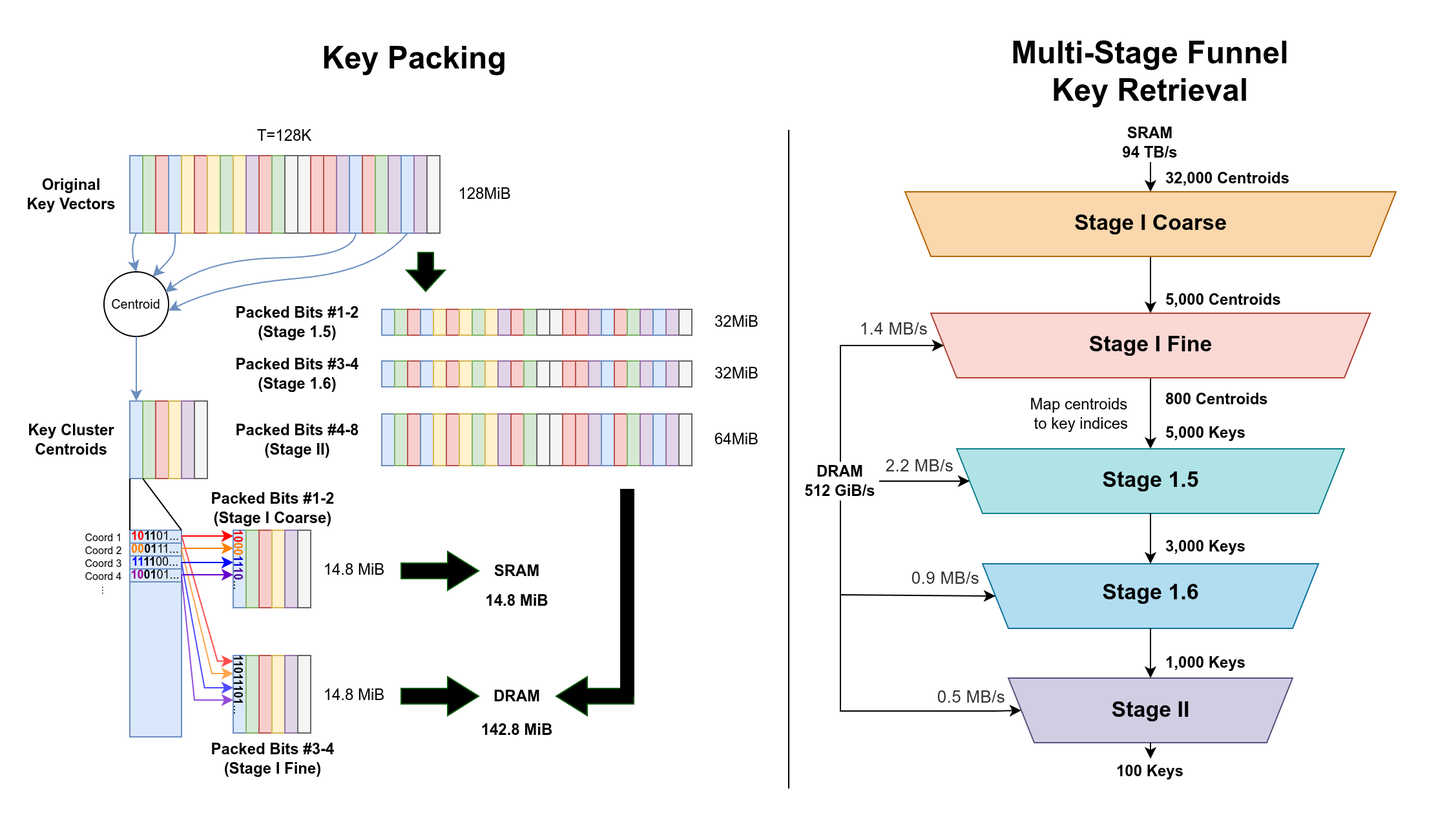
This is img/seoulkv4_concept.png from daniel-geon-park/SeoulKV, a draw.io export, as it was before one commit. Source tidied: cells renumbered, new cells last; positions are measured from the earlier drawing's top-left corner, leaving out a move shared by most shapes.
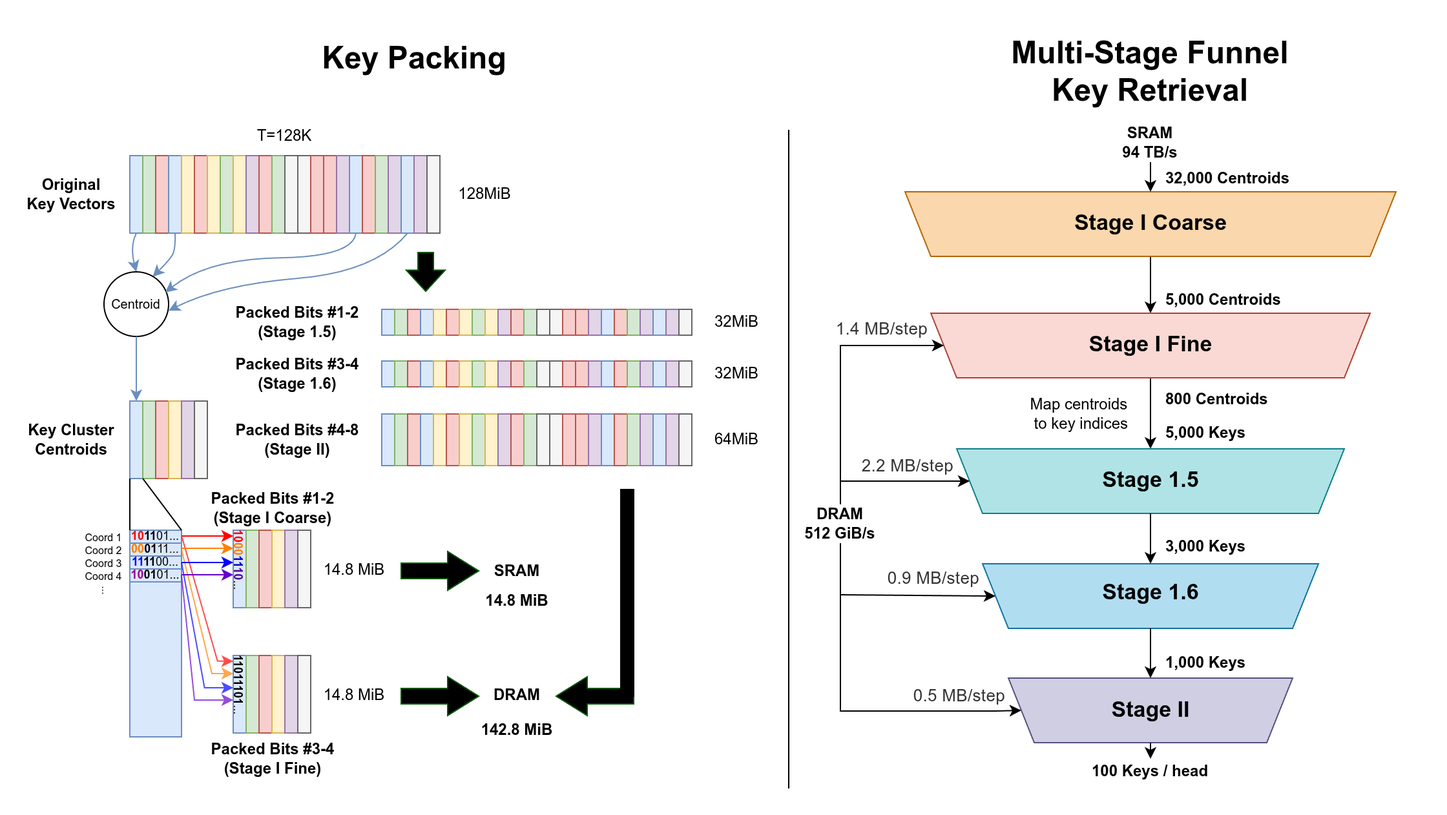
After the commit.

What changed in the source:
```diff
@@ -614,10 +614,14 @@
       </mxGeometry>
     </mxCell>
     <mxCell id="187" value="&lt;b&gt;DRAM&lt;br&gt;512 GiB/s&lt;/b&gt;" style="text;html=1;whiteSpace=wrap;strokeColor=none;fillColor=none;align=center;verticalAlign=middle;rounded=0;" parent="3" vertex="1">
-      <mxGeometry x="620" y="357" width="60" height="30" as="geometry" />
+      <mxGeometry x="620" y="390" width="60" height="30" as="geometry" />
     </mxCell>
-    <mxCell id="188" style="edgeStyle=orthogonalEdgeStyle;rounded=0;jettySize=auto;html=1;defaultLabelBackgroundColor=page;labelPadding=0 4;entryX=1;entryY=0.5;entryDx=0;entryDy=0;exitX=1;exitY=0.5;exitDx=0;exitDy=0;" parent="3" edge="1" source="187" target="177">
-      <mxGeometry x="-0.88" relative="1" as="geometry" />
+    <mxCell id="188" style="edgeStyle=orthogonalEdgeStyle;rounded=0;jettySize=auto;html=1;defaultLabelBackgroundColor=page;labelPadding=0 4;entryX=1;entryY=0.5;entryDx=0;entryDy=0;exitX=0.5;exitY=0;exitDx=0;exitDy=0;" parent="3" edge="1" source="187" target="177">
+      <mxGeometry x="-0.88" relative="1" as="geometry">
+        <Array as="points">
+          <mxPoint x="650" y="372" />
+        </Array>
+      </mxGeometry>
     </mxCell>
     <mxCell id="189" style="edgeStyle=orthogonalEdgeStyle;rounded=0;jettySize=auto;html=1;defaultLabelBackgroundColor=page;labelPadding=0 4;entryX=1;entryY=0.5;entryDx=0;entryDy=0;exitX=0.5;exitY=1;exitDx=0;exitDy=0;" parent="3" edge="1" source="187" target="178">
       <mxGeometry x="-0.91" relative="1" as="geometry">
@@ -646,7 +650,7 @@
     <mxCell id="194" style="edgeStyle=orthogonalEdgeStyle;rounded=0;jettySize=auto;html=1;defaultLabelBackgroundColor=page;labelPadding=0 4;exitX=0.5;exitY=0;exitDx=0;exitDy=0;entryX=0.5;entryY=1;entryDx=0;entryDy=0;" parent="3" edge="1" source="178" target="179">
       <mxGeometry x="0.14" relative="1" as="geometry" />
     </mxCell>
-    <mxCell id="195" value="&lt;b&gt;100 Keys&lt;br&gt;&lt;/b&gt;" style="text;html=1;whiteSpace=wrap;strokeColor=none;fillColor=none;align=center;verticalAlign=middle;rounded=0;" parent="3" vertex="1">
+    <mxCell id="195" value="&lt;b&gt;100 Keys / head&lt;br&gt;&lt;/b&gt;" style="text;html=1;whiteSpace=wrap;strokeColor=none;fillColor=none;align=center;verticalAlign=middle;rounded=0;" parent="3" vertex="1">
       <mxGeometry x="835" y="587" width="110" height="20" as="geometry" />
     </mxCell>
     <mxCell id="196" style="edgeStyle=orthogonalEdgeStyle;rounded=0;jettySize=auto;html=1;defaultLabelBackgroundColor=page;labelPadding=0 4;exitX=0.5;exitY=0;exitDx=0;exitDy=0;entryX=0.5;entryY=0;entryDx=0;entryDy=0;" parent="3" edge="1" source="179" target="195">
@@ -667,17 +671,17 @@
     <mxCell id="201" value="Map centroids&lt;br&gt;&amp;nbsp;to key indices" style="text;html=1;whiteSpace=wrap;strokeColor=none;fillColor=none;align=center;verticalAlign=middle;rounded=0;" parent="3" vertex="1">
       <mxGeometry x="770" y="300" width="130" height="40" as="geometry" />
     </mxCell>
-    <mxCell id="202" value="&lt;span style=&quot;color: color(srgb 0.212157 0.212157 0.212157); font-family: Geist, -apple-system, BlinkMacSystemFont, &amp;quot;Segoe UI&amp;quot;, sans-serif; font-size: 13px; letter-spacing: 0.16px; background-color: color(srgb 1 1 1);&quot;&gt;1.4 MB/s&lt;/span&gt;&lt;b&gt;&lt;/b&gt;" style="text;html=1;whiteSpace=wrap;strokeColor=none;fillColor=none;align=right;verticalAlign=middle;rounded=0;" parent="3" vertex="1">
+    <mxCell id="202" value="&lt;span style=&quot;color: color(srgb 0.212157 0.212157 0.212157); font-family: Geist, -apple-system, BlinkMacSystemFont, &amp;quot;Segoe UI&amp;quot;, sans-serif; font-size: 13px; letter-spacing: 0.16px; background-color: color(srgb 1 1 1);&quot;&gt;1.4 MB/step&lt;/span&gt;&lt;b&gt;&lt;/b&gt;" style="text;html=1;whiteSpace=wrap;strokeColor=none;fillColor=none;align=right;verticalAlign=middle;rounded=0;" parent="3" vertex="1">
       <mxGeometry x="630" y="244" width="90" height="20" as="geometry" />
     </mxCell>
-    <mxCell id="203" value="&lt;span style=&quot;color: color(srgb 0.212157 0.212157 0.212157); font-family: Geist, -apple-system, BlinkMacSystemFont, &amp;quot;Segoe UI&amp;quot;, sans-serif; font-size: 13px; letter-spacing: 0.16px; background-color: color(srgb 1 1 1);&quot;&gt;2.2 MB/s&lt;/span&gt;&lt;b&gt;&lt;/b&gt;" style="text;html=1;whiteSpace=wrap;strokeColor=none;fillColor=none;align=right;verticalAlign=middle;rounded=0;" parent="3" vertex="1">
-      <mxGeometry x="680" y="350" width="60" height="20" as="geometry" />
+    <mxCell id="203" value="&lt;span style=&quot;color: color(srgb 0.212157 0.212157 0.212157); font-family: Geist, -apple-system, BlinkMacSystemFont, &amp;quot;Segoe UI&amp;quot;, sans-serif; font-size: 13px; letter-spacing: 0.16px; background-color: color(srgb 1 1 1);&quot;&gt;2.2 MB/step&lt;/span&gt;&lt;b&gt;&lt;/b&gt;" style="text;html=1;whiteSpace=wrap;strokeColor=none;fillColor=none;align=right;verticalAlign=middle;rounded=0;" parent="3" vertex="1">
+      <mxGeometry x="660" y="350" width="80" height="20" as="geometry" />
     </mxCell>
-    <mxCell id="204" value="&lt;span style=&quot;color: color(srgb 0.212157 0.212157 0.212157); font-family: Geist, -apple-system, BlinkMacSystemFont, &amp;quot;Segoe UI&amp;quot;, sans-serif; font-size: 13px; letter-spacing: 0.16px; background-color: color(srgb 1 1 1);&quot;&gt;0.9 MB/s&lt;/span&gt;&lt;b&gt;&lt;/b&gt;" style="text;html=1;whiteSpace=wrap;strokeColor=none;fillColor=none;align=right;verticalAlign=middle;rounded=0;" parent="3" vertex="1">
-      <mxGeometry x="700" y="437" width="60" height="20" as="geometry" />
+    <mxCell id="204" value="&lt;span style=&quot;color: color(srgb 0.212157 0.212157 0.212157); font-family: Geist, -apple-system, BlinkMacSystemFont, &amp;quot;Segoe UI&amp;quot;, sans-serif; font-size: 13px; letter-spacing: 0.16px; background-color: color(srgb 1 1 1);&quot;&gt;0.9 MB/step&lt;/span&gt;&lt;b&gt;&lt;/b&gt;" style="text;html=1;whiteSpace=wrap;strokeColor=none;fillColor=none;align=right;verticalAlign=middle;rounded=0;" parent="3" vertex="1">
+      <mxGeometry x="670" y="437" width="90" height="20" as="geometry" />
     </mxCell>
-    <mxCell id="205" value="&lt;span style=&quot;color: color(srgb 0.212157 0.212157 0.212157); font-family: Geist, -apple-system, BlinkMacSystemFont, &amp;quot;Segoe UI&amp;quot;, sans-serif; font-size: 13px; letter-spacing: 0.16px; background-color: color(srgb 1 1 1);&quot;&gt;0.5 MB/s&lt;/span&gt;&lt;b&gt;&lt;/b&gt;" style="text;html=1;whiteSpace=wrap;strokeColor=none;fillColor=none;align=right;verticalAlign=middle;rounded=0;" parent="3" vertex="1">
-      <mxGeometry x="720" y="528.5" width="60" height="20" as="geometry" />
+    <mxCell id="205" value="&lt;span style=&quot;color: color(srgb 0.212157 0.212157 0.212157); font-family: Geist, -apple-system, BlinkMacSystemFont, &amp;quot;Segoe UI&amp;quot;, sans-serif; font-size: 13px; letter-spacing: 0.16px; background-color: color(srgb 1 1 1);&quot;&gt;0.5 MB/step&lt;/span&gt;&lt;b&gt;&lt;/b&gt;" style="text;html=1;whiteSpace=wrap;strokeColor=none;fillColor=none;align=right;verticalAlign=middle;rounded=0;" parent="3" vertex="1">
+      <mxGeometry x="680" y="528.5" width="100" height="20" as="geometry" />
     </mxCell>
   </root>
 </mxGraphModel>
```
